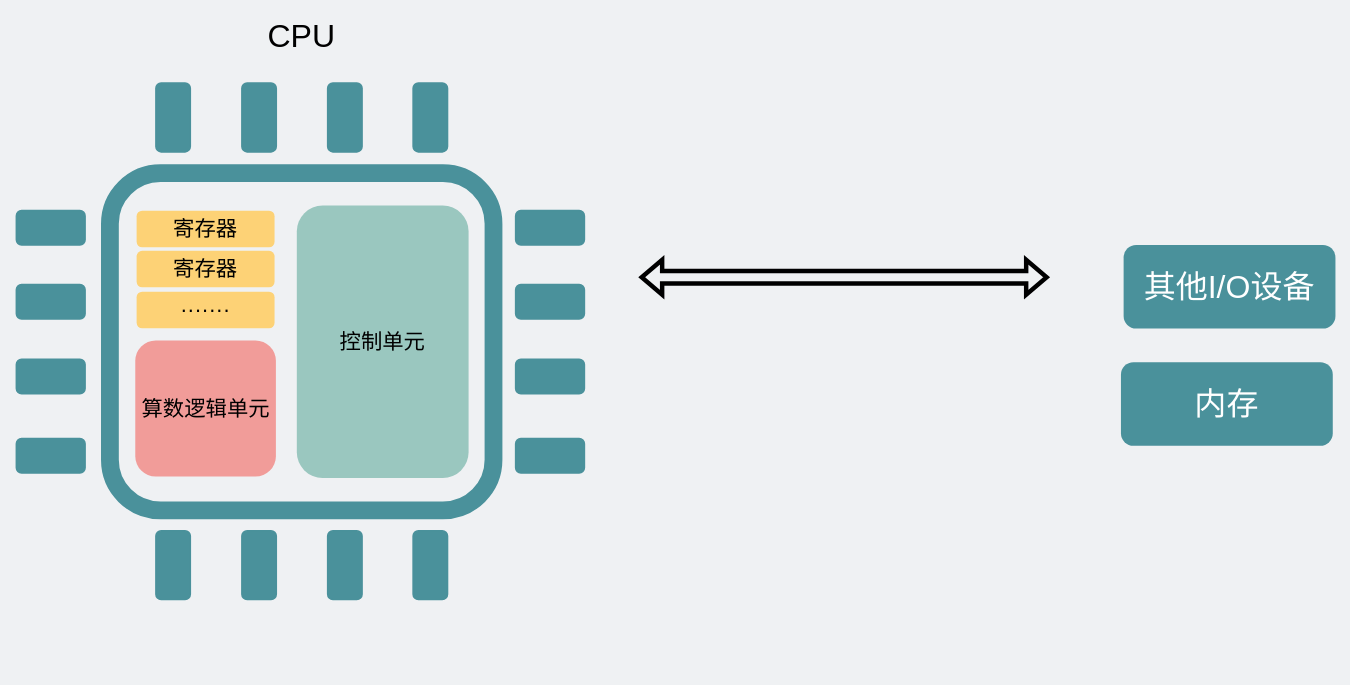
Above: network/三类总线.drawio in xiaobaiTech/image (draw.io), before the change. Source tidied: cells renumbered, new cells numbered last; positions are measured from the earlier drawing's top-left corner, leaving out a move shared by most shapes. Both pictures are drawn from the tidied source at 89%, with x=0, y=0 at pixel (16, 15).
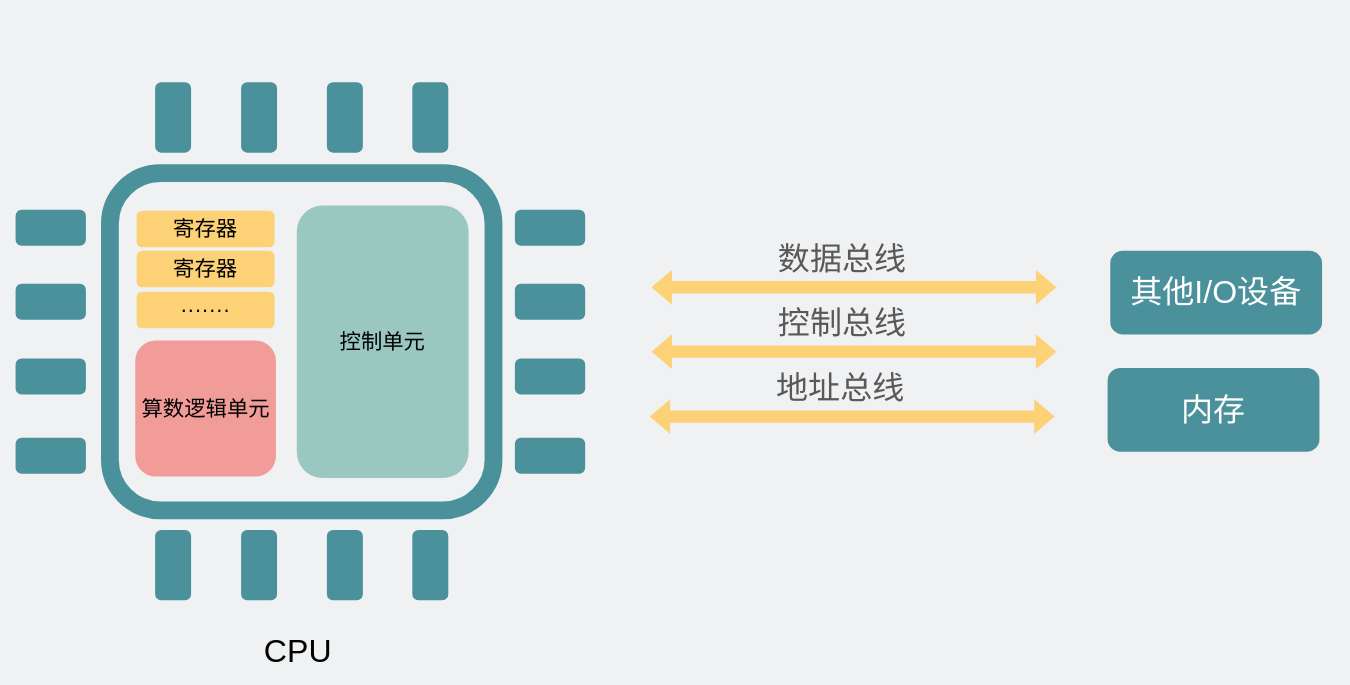
Above is the later version.

What changed in the source:
```diff
@@
     <mxCell id="24" value="&lt;font style=&quot;font-size: 36px&quot; color=&quot;#000000&quot;&gt;CPU&lt;/font&gt;" style="text;html=1;strokeColor=none;fillColor=none;align=center;verticalAlign=middle;whiteSpace=wrap;rounded=0;fontSize=24;fontColor=#595959;" parent="1" vertex="1">
-      <mxGeometry x="263" width="115" height="45" as="geometry" />
+      <mxGeometry x="259" y="691" width="115" height="45" as="geometry" />
     </mxCell>
     <mxCell id="25" value="&lt;font style=&quot;font-size: 36px&quot; color=&quot;#ffffff&quot;&gt;内存&lt;/font&gt;" style="rounded=1;whiteSpace=wrap;html=1;strokeColor=none;fillColor=#4A919B;" parent="1" vertex="1">
-      <mxGeometry x="1241" y="389.4" width="238" height="94" as="geometry" />
+      <mxGeometry x="1226" y="396" width="238" height="94" as="geometry" />
     </mxCell>
     <mxCell id="26" value="&lt;font style=&quot;font-size: 36px&quot; color=&quot;#ffffff&quot;&gt;其他I/O设备&lt;/font&gt;" style="rounded=1;whiteSpace=wrap;html=1;strokeColor=none;fillColor=#4A919B;" parent="1" vertex="1">
-      <mxGeometry x="1244" y="257.7" width="238" height="94" as="geometry" />
+      <mxGeometry x="1229" y="264.3" width="238" height="94" as="geometry" />
     </mxCell>
-    <mxCell id="27" style="shape=flexArrow;endArrow=classic;startArrow=classic;html=1;rounded=0;fontSize=36;fontColor=#FFFFFF;strokeWidth=5;" parent="1" edge="1">
+    <mxCell id="27" style="shape=flexArrow;endArrow=classic;startArrow=classic;html=1;rounded=0;fontSize=36;fontColor=#FFFFFF;strokeWidth=5;strokeColor=none;fillColor=#FDD276;" parent="1" edge="1">
       <mxGeometry relative="1" as="geometry">
-        <mxPoint x="700" y="294" as="sourcePoint" />
-        <mxPoint x="1160" y="294" as="targetPoint" />
+        <mxPoint x="711" y="305.3" as="sourcePoint" />
+        <mxPoint x="1171" y="305.3" as="targetPoint" />
       </mxGeometry>
     </mxCell>
+    <mxCell id="28" value="&lt;font color=&quot;#595959&quot;&gt;数据总线&lt;/font&gt;" style="text;html=1;strokeColor=none;fillColor=none;align=center;verticalAlign=middle;whiteSpace=wrap;rounded=0;fontSize=36;fontColor=#FFFFFF;" parent="1" vertex="1">
+      <mxGeometry x="834" y="257.7" width="188" height="30" as="geometry" />
+    </mxCell>
+    <mxCell id="29" style="shape=flexArrow;endArrow=classic;startArrow=classic;html=1;rounded=0;fontSize=36;fontColor=#FFFFFF;strokeWidth=5;strokeColor=none;fillColor=#FDD276;" parent="1" edge="1">
+      <mxGeometry relative="1" as="geometry">
+        <mxPoint x="711" y="377.6" as="sourcePoint" />
+        <mxPoint x="1171" y="377.6" as="targetPoint" />
+      </mxGeometry>
+    </mxCell>
+    <mxCell id="30" value="&lt;font color=&quot;#595959&quot;&gt;控制总线&lt;/font&gt;" style="text;html=1;strokeColor=none;fillColor=none;align=center;verticalAlign=middle;whiteSpace=wrap;rounded=0;fontSize=36;fontColor=#FFFFFF;" parent="1" vertex="1">
+      <mxGeometry x="834" y="330" width="188" height="30" as="geometry" />
+    </mxCell>
+    <mxCell id="31" style="shape=flexArrow;endArrow=classic;startArrow=classic;html=1;rounded=0;fontSize=36;fontColor=#FFFFFF;strokeWidth=5;strokeColor=none;fillColor=#FDD276;" parent="1" edge="1">
+      <mxGeometry relative="1" as="geometry">
+        <mxPoint x="709" y="450.6" as="sourcePoint" />
+        <mxPoint x="1169" y="450.6" as="targetPoint" />
+      </mxGeometry>
+    </mxCell>
+    <mxCell id="32" value="&lt;font color=&quot;#595959&quot;&gt;地址总线&lt;/font&gt;" style="text;html=1;strokeColor=none;fillColor=none;align=center;verticalAlign=middle;whiteSpace=wrap;rounded=0;fontSize=36;fontColor=#FFFFFF;" parent="1" vertex="1">
+      <mxGeometry x="832" y="403" width="188" height="30" as="geometry" />
+    </mxCell>
```
